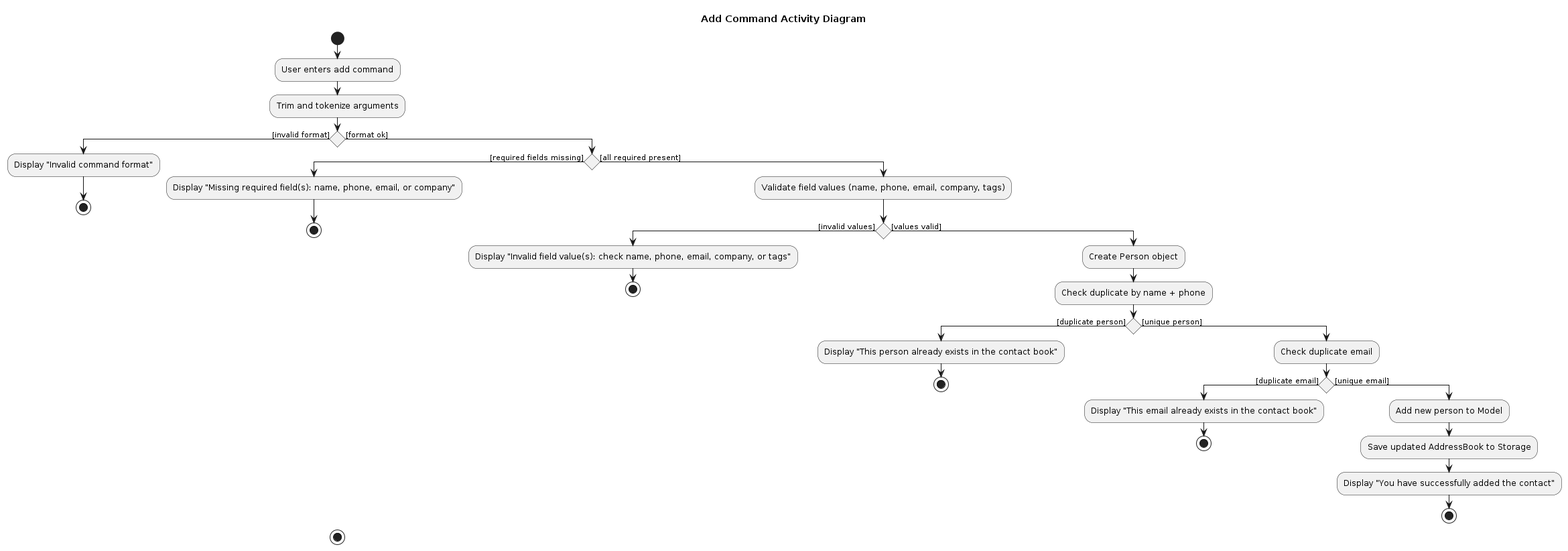
Before: diagrams/AddCommandActivityDiagram.png, a diagram exported from PlantUML (joelchongg/tp). Its source is kept beside it as diagrams/AddCommandActivityDiagram.puml.
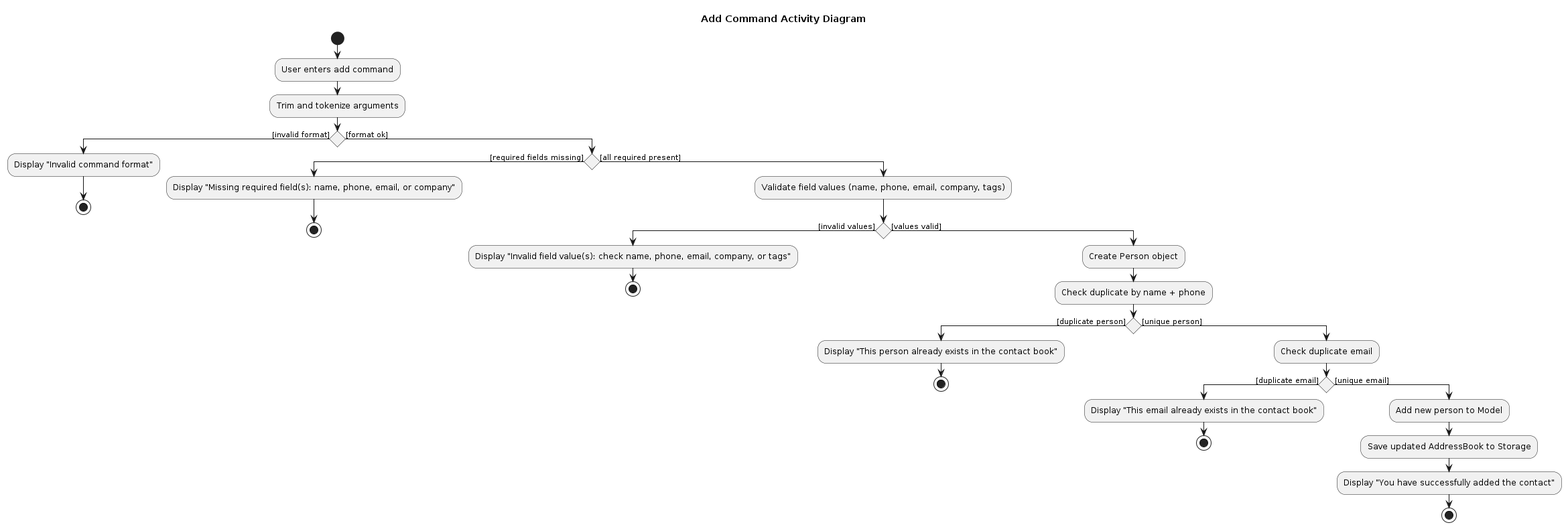
After the commit.

Diff of the diagram source:
```diff
@@ -39,6 +39,4 @@
     endif
   endif
 endif
-
-stop
 @enduml
```
